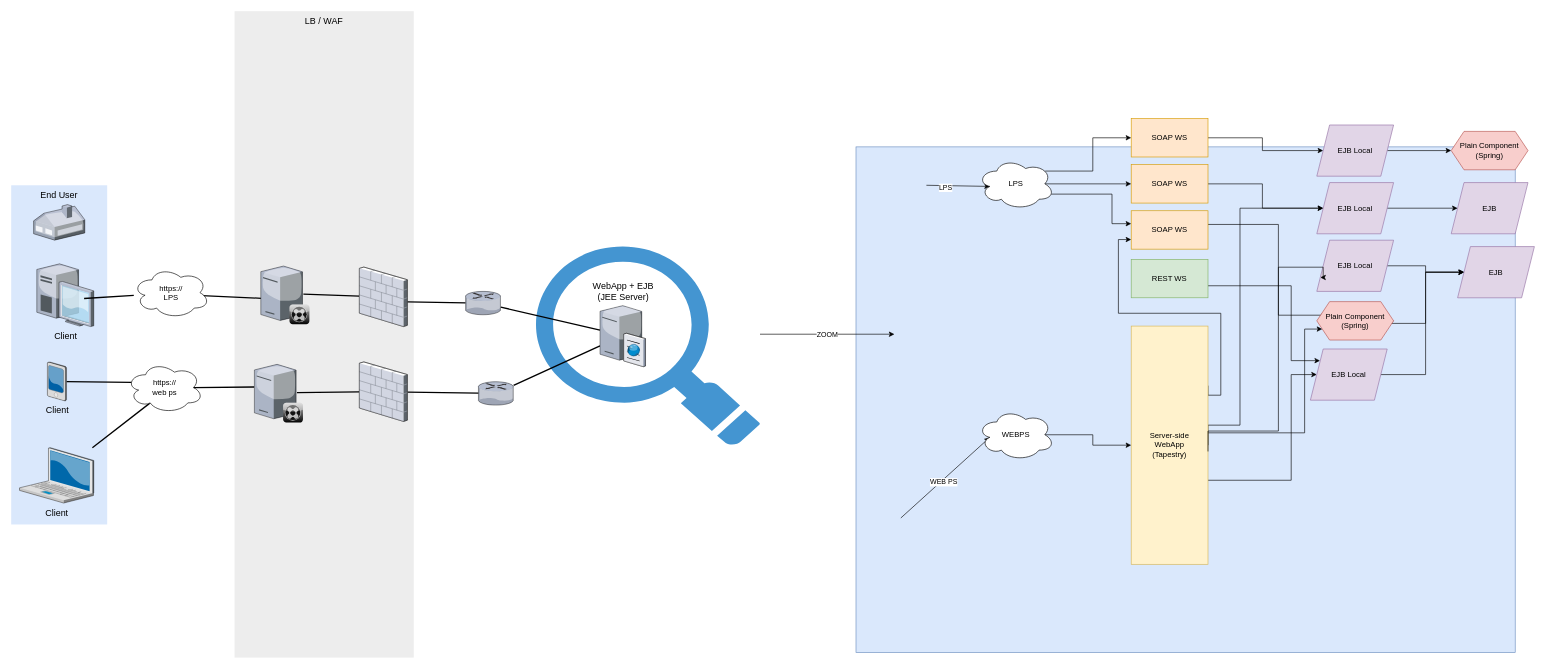
This is Webapp with logic monolith 2.drawio from YannRobert/draw.io, a draw.io file, before an edit. Source tidied: cells renumbered, new cells numbered last; positions are measured from the earlier drawing's top-left corner, leaving out a move shared by most shapes. Both pictures are drawn from the tidied source at 64%, with x=0, y=0 at pixel (11, 11).
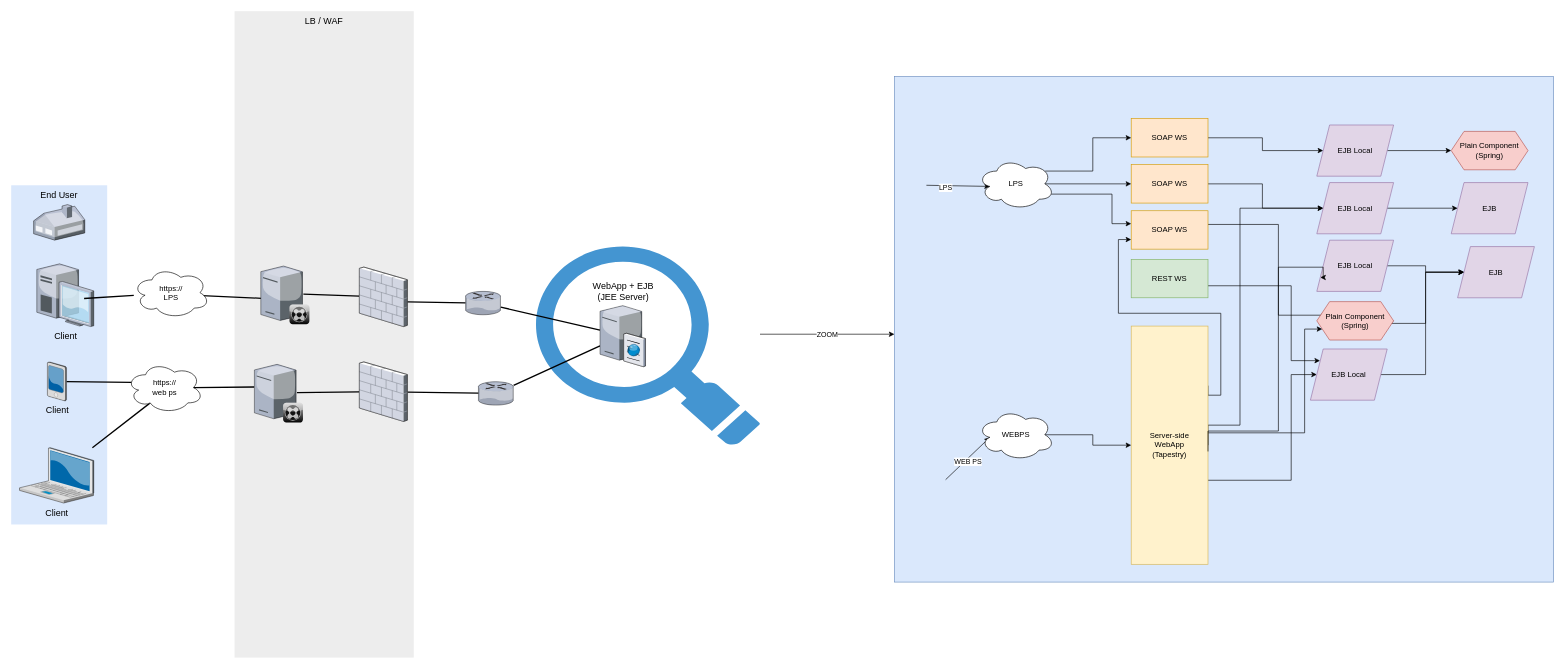
The same diagram, later.

Commit message:
Mettre à jour Webapp with logic monolith 2.drawio

The change refers to these unchanged cells:
```xml
<mxCell id="65" value="WEBPS" style="ellipse;shape=cloud;whiteSpace=wrap;html=1;" parent="1" vertex="1">
  <mxGeometry x="1510" y="621.8" width="120" height="80" as="geometry" />
</mxCell>
```

Change to the diagram source:
```diff
@@
     <mxCell id="19" style="rounded=0;whiteSpace=wrap;html=1;fillColor=#dae8fc;strokeColor=#6c8ebf;" parent="1" vertex="1">
-      <mxGeometry x="1320" y="212" width="1030" height="790" as="geometry" />
+      <mxGeometry x="1380" y="102" width="1030" height="790" as="geometry" />
     </mxCell>
@@
-    <mxCell id="56" style="endArrow=classic;html=1;rounded=0;entryX=0.16;entryY=0.55;entryDx=0;entryDy=0;entryPerimeter=0;exitX=0.068;exitY=0.734;exitDx=0;exitDy=0;exitPerimeter=0;" parent="1" edge="1" source="19" target="65">
-      <mxGeometry relative="1" as="geometry" />
+    <mxCell id="56" style="endArrow=classic;html=1;rounded=0;entryX=0.16;entryY=0.55;entryDx=0;entryDy=0;entryPerimeter=0;" parent="1" edge="1" target="65">
+      <mxGeometry relative="1" as="geometry">
+        <mxPoint x="1460" y="732" as="sourcePoint" />
+      </mxGeometry>
     </mxCell>
```
